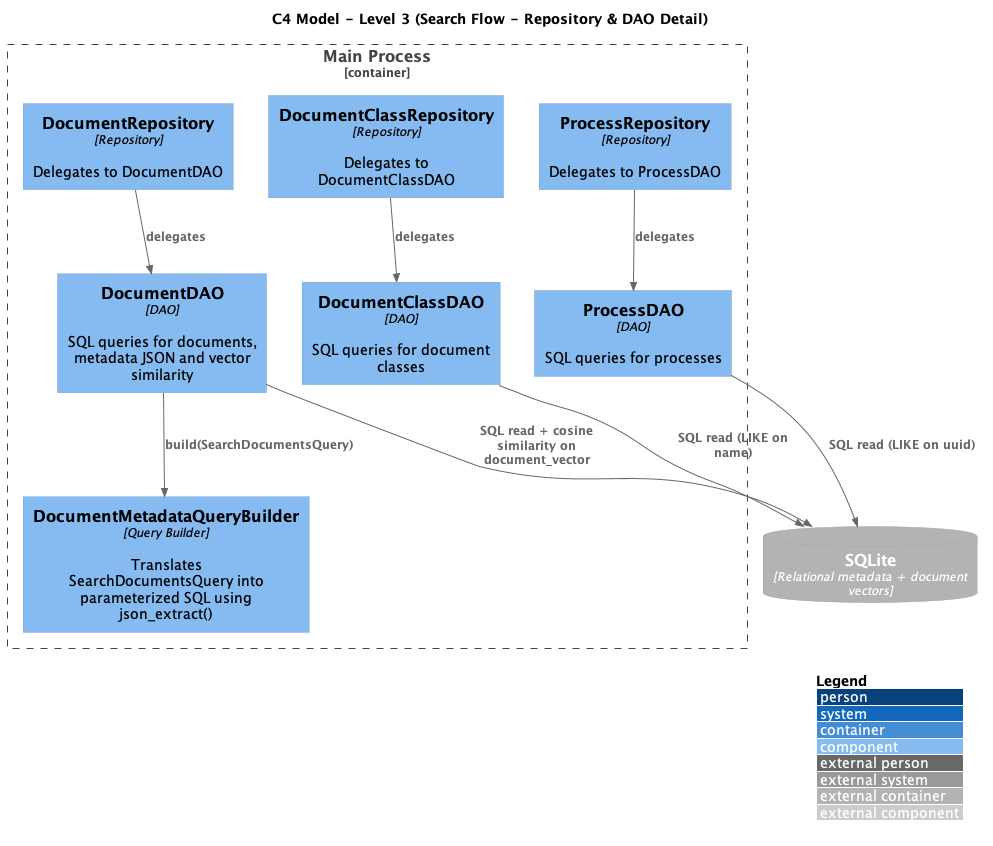
7-ZPUs/Docs keeps this PlantUML diagram as out/3_PB/DocumentiEsterni/DiagrammiSpecificaTecnica/generated_/architecture/c1-c3/C3-main-search-flow/C3_Main_Search_Flow_Repos.png. Above is the earlier version. Source of this version:
```plantuml
@startuml C3_Main_Search_Flow_Repos
!includeurl https://raw.githubusercontent.com/plantuml-stdlib/C4-PlantUML/master/C4_Component.puml

title C4 Model - Level 3 (Search Flow - Repository & DAO Detail)

LAYOUT_WITH_LEGEND()

Container_Boundary(main_container, "Main Process") {
  Component(doc_repo, "DocumentRepository", "Repository", "Delegates to DocumentDAO")
  Component(doc_class_repo, "DocumentClassRepository", "Repository", "Delegates to DocumentClassDAO")
  Component(process_repo, "ProcessRepository", "Repository", "Delegates to ProcessDAO")

  Component(doc_dao, "DocumentDAO", "DAO", "SQL queries for documents, metadata JSON and vector similarity")
  Component(doc_class_dao, "DocumentClassDAO", "DAO", "SQL queries for document classes")
  Component(process_dao, "ProcessDAO", "DAO", "SQL queries for processes")

  Component(query_builder, "DocumentMetadataQueryBuilder", "Query Builder", "Translates SearchDocumentsQuery into parameterized SQL using json_extract()")
}

ContainerDb_Ext(sqlite, "SQLite", "Relational metadata + document vectors")

Rel(doc_repo, doc_dao, "delegates")
Rel(doc_class_repo, doc_class_dao, "delegates")
Rel(process_repo, process_dao, "delegates")

Rel(doc_dao, query_builder, "build(SearchDocumentsQuery)")
Rel(doc_dao, sqlite, "SQL read + cosine similarity on document_vector")
Rel(doc_class_dao, sqlite, "SQL read (LIKE on name)")
Rel(process_dao, sqlite, "SQL read (LIKE on uuid)")

@enduml
```
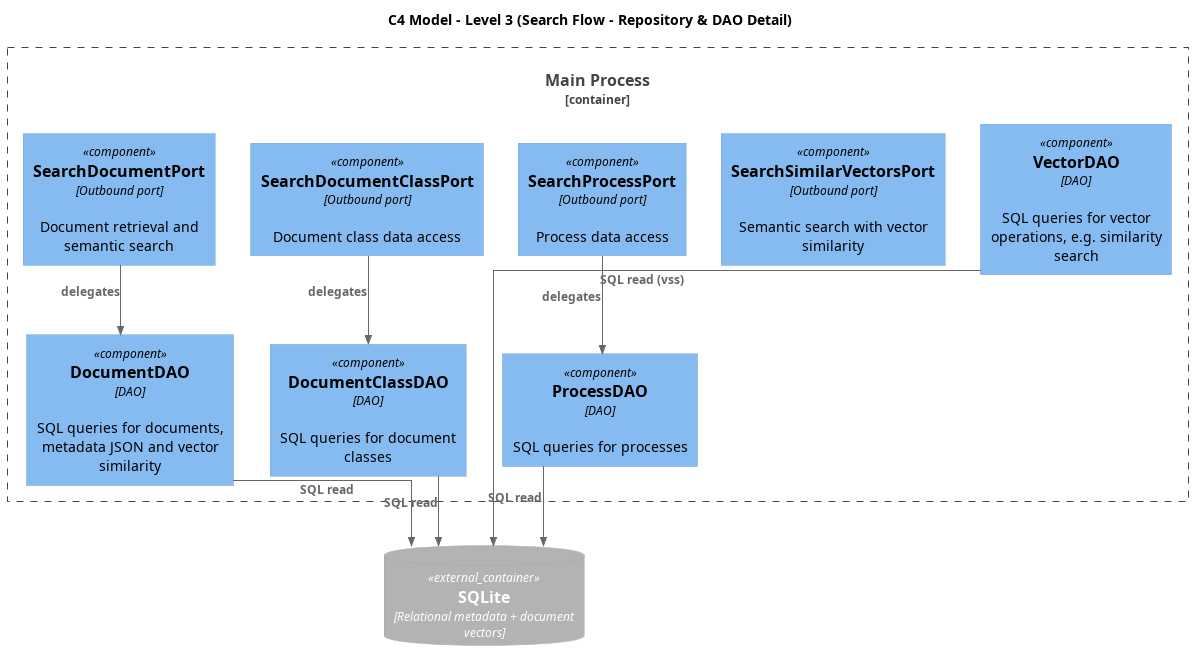
Later version of the same file.

Diff of the diagram source:
```diff
@@ -3,18 +3,18 @@
 
 title C4 Model - Level 3 (Search Flow - Repository & DAO Detail)
 
-LAYOUT_WITH_LEGEND()
+skinparam linetype ortho
 
 Container_Boundary(main_container, "Main Process") {
-  Component(doc_repo, "DocumentRepository", "Repository", "Delegates to DocumentDAO")
-  Component(doc_class_repo, "DocumentClassRepository", "Repository", "Delegates to DocumentClassDAO")
-  Component(process_repo, "ProcessRepository", "Repository", "Delegates to ProcessDAO")
+  Component(doc_repo, "SearchDocumentPort", "Outbound port", "Document retrieval and semantic search")
+  Component(doc_class_repo, "SearchDocumentClassPort", "Outbound port", "Document class data access")
+  Component(process_repo, "SearchProcessPort", "Outbound port", "Process data access")
+  Component(vector_repo, "SearchSimilarVectorsPort", "Outbound port", "Semantic search with vector similarity")
 
   Component(doc_dao, "DocumentDAO", "DAO", "SQL queries for documents, metadata JSON and vector similarity")
   Component(doc_class_dao, "DocumentClassDAO", "DAO", "SQL queries for document classes")
   Component(process_dao, "ProcessDAO", "DAO", "SQL queries for processes")
-
-  Component(query_builder, "DocumentMetadataQueryBuilder", "Query Builder", "Translates SearchDocumentsQuery into parameterized SQL using json_extract()")
+  Component(vector_dao, "VectorDAO", "DAO", "SQL queries for vector operations, e.g. similarity search")
 }
 
 ContainerDb_Ext(sqlite, "SQLite", "Relational metadata + document vectors")
@@ -23,9 +23,8 @@
 Rel(doc_class_repo, doc_class_dao, "delegates")
 Rel(process_repo, process_dao, "delegates")
 
-Rel(doc_dao, query_builder, "build(SearchDocumentsQuery)")
-Rel(doc_dao, sqlite, "SQL read + cosine similarity on document_vector")
-Rel(doc_class_dao, sqlite, "SQL read (LIKE on name)")
-Rel(process_dao, sqlite, "SQL read (LIKE on uuid)")
-
+Rel(doc_dao, sqlite, "SQL read")
+Rel(doc_class_dao, sqlite, "SQL read")
+Rel(process_dao, sqlite, "SQL read")
+Rel(vector_dao, sqlite, "SQL read (vss)")
 @enduml
```
